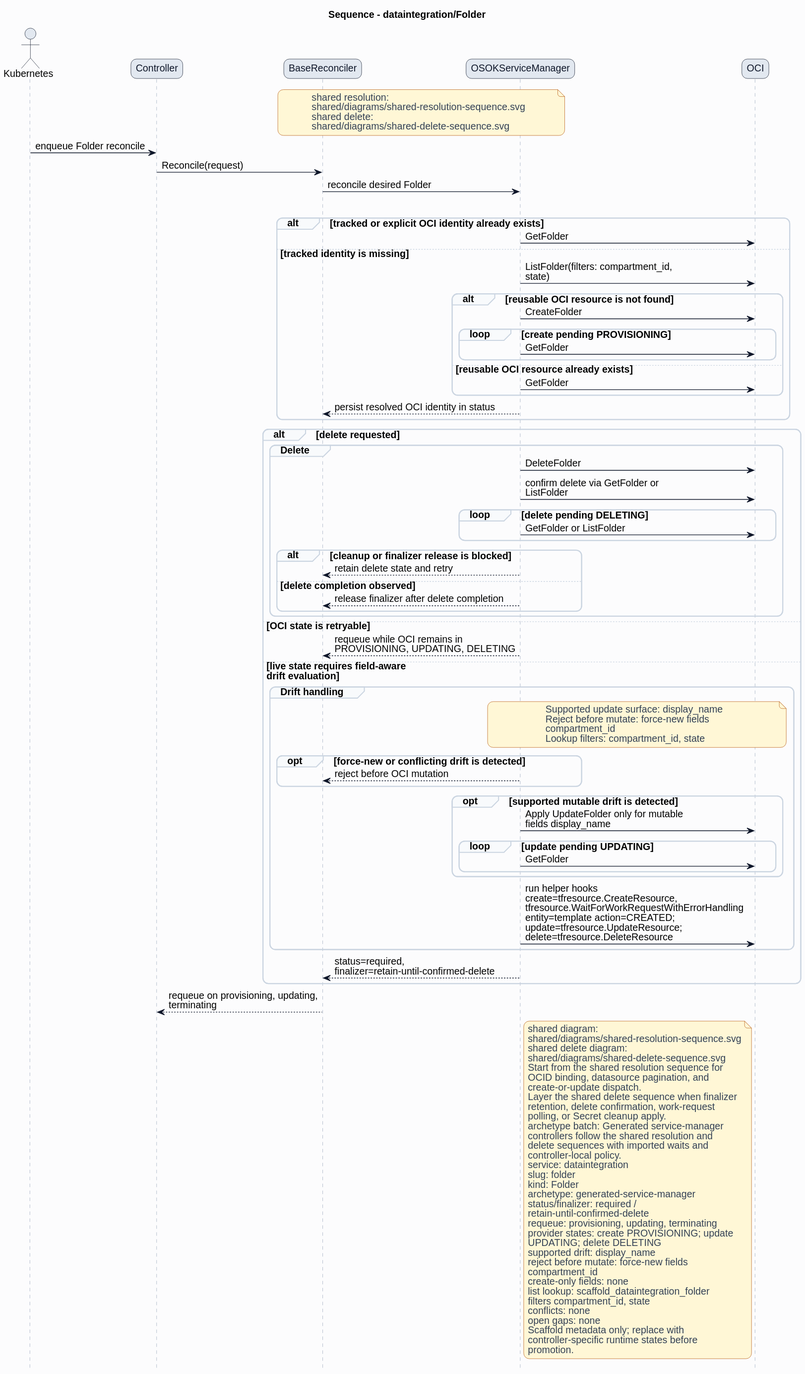
Before: formal/controllers/dataintegration/folder/diagrams/sequence.svg, a diagram exported from PlantUML (HaoyL666/oci-service-operator). The source it was exported from:
```plantuml
@startuml
skinparam shadowing false
skinparam backgroundColor #fcfcfd
skinparam defaultFontName Helvetica
skinparam defaultFontSize 14
skinparam arrowColor #0f172a
skinparam noteBackgroundColor #fff7d6
skinparam noteBorderColor #b45309
skinparam noteFontColor #334155
skinparam roundcorner 16
title Sequence - dataintegration/Folder
hide footbox
skinparam sequence {
  actorBorderColor #0f172a
  actorBackgroundColor #e2e8f0
  participantBorderColor #0f172a
  participantBackgroundColor #e2e8f0
  participantFontColor #0f172a
  lifeLineBorderColor #94a3b8
  groupBorderColor #cbd5e1
  groupBackgroundColor #f8fafc
}
actor Kubernetes
participant Controller
participant BaseReconciler
participant "OSOKServiceManager" as ServiceManager
participant OCI
note over BaseReconciler,ServiceManager
shared resolution:
shared/diagrams/shared-resolution-sequence.svg
shared delete:
shared/diagrams/shared-delete-sequence.svg
end note
Kubernetes -> Controller: enqueue Folder reconcile
Controller -> BaseReconciler: Reconcile(request)
BaseReconciler -> ServiceManager: reconcile desired Folder
group Lookup and bind
alt tracked or explicit OCI identity already exists
ServiceManager -> OCI: GetFolder
else tracked identity is missing
ServiceManager -> OCI: ListFolder(filters: compartment_id,\nstate)
alt reusable OCI resource is not found
ServiceManager -> OCI: CreateFolder
loop create pending PROVISIONING
ServiceManager -> OCI: GetFolder
end
else reusable OCI resource already exists
ServiceManager -> OCI: GetFolder
end
ServiceManager --> BaseReconciler: persist resolved OCI identity in status
end
alt delete requested
group Delete
ServiceManager -> OCI: DeleteFolder
ServiceManager -> OCI: confirm delete via GetFolder or\nListFolder
loop delete pending DELETING
ServiceManager -> OCI: GetFolder or ListFolder
end
alt cleanup or finalizer release is blocked
ServiceManager --> BaseReconciler: retain delete state and retry
else delete completion observed
ServiceManager --> BaseReconciler: release finalizer after delete completion
end
end
else OCI state is retryable
ServiceManager --> BaseReconciler: requeue while OCI remains in\nPROVISIONING, UPDATING, DELETING
else live state requires field-aware\ndrift evaluation
group Drift handling
note over ServiceManager,OCI
Supported update surface: display_name
Reject before mutate: force-new fields
compartment_id
Lookup filters: compartment_id, state
end note
opt force-new or conflicting drift is detected
ServiceManager --> BaseReconciler: reject before OCI mutation
end
opt supported mutable drift is detected
ServiceManager -> OCI: Apply UpdateFolder only for mutable\nfields display_name
loop update pending UPDATING
ServiceManager -> OCI: GetFolder
end
end
ServiceManager -> OCI: run helper hooks\ncreate=tfresource.CreateResource,\ntfresource.WaitForWorkRequestWithErrorHandling\nentity=template action=CREATED;\nupdate=tfresource.UpdateResource;\ndelete=tfresource.DeleteResource
end
ServiceManager --> BaseReconciler: status=required,\nfinalizer=retain-until-confirmed-delete
end
BaseReconciler --> Controller: requeue on provisioning, updating,\nterminating
note right of ServiceManager
shared diagram:
shared/diagrams/shared-resolution-sequence.svg
shared delete diagram:
shared/diagrams/shared-delete-sequence.svg
Start from the shared resolution sequence for
OCID binding, datasource pagination, and
create-or-update dispatch.
Layer the shared delete sequence when finalizer
retention, delete confirmation, work-request
polling, or Secret cleanup apply.
archetype batch: Generated service-manager
controllers follow the shared resolution and
delete sequences with imported waits and
controller-local policy.
service: dataintegration
slug: folder
kind: Folder
archetype: generated-service-manager
status/finalizer: required /
retain-until-confirmed-delete
requeue: provisioning, updating, terminating
provider states: create PROVISIONING; update
UPDATING; delete DELETING
supported drift: display_name
reject before mutate: force-new fields
compartment_id
create-only fields: none
list lookup: scaffold_dataintegration_folder
filters compartment_id, state
conflicts: none
open gaps: none
Scaffold metadata only; replace with
controller-specific runtime states before
promotion.
end note
@enduml
```
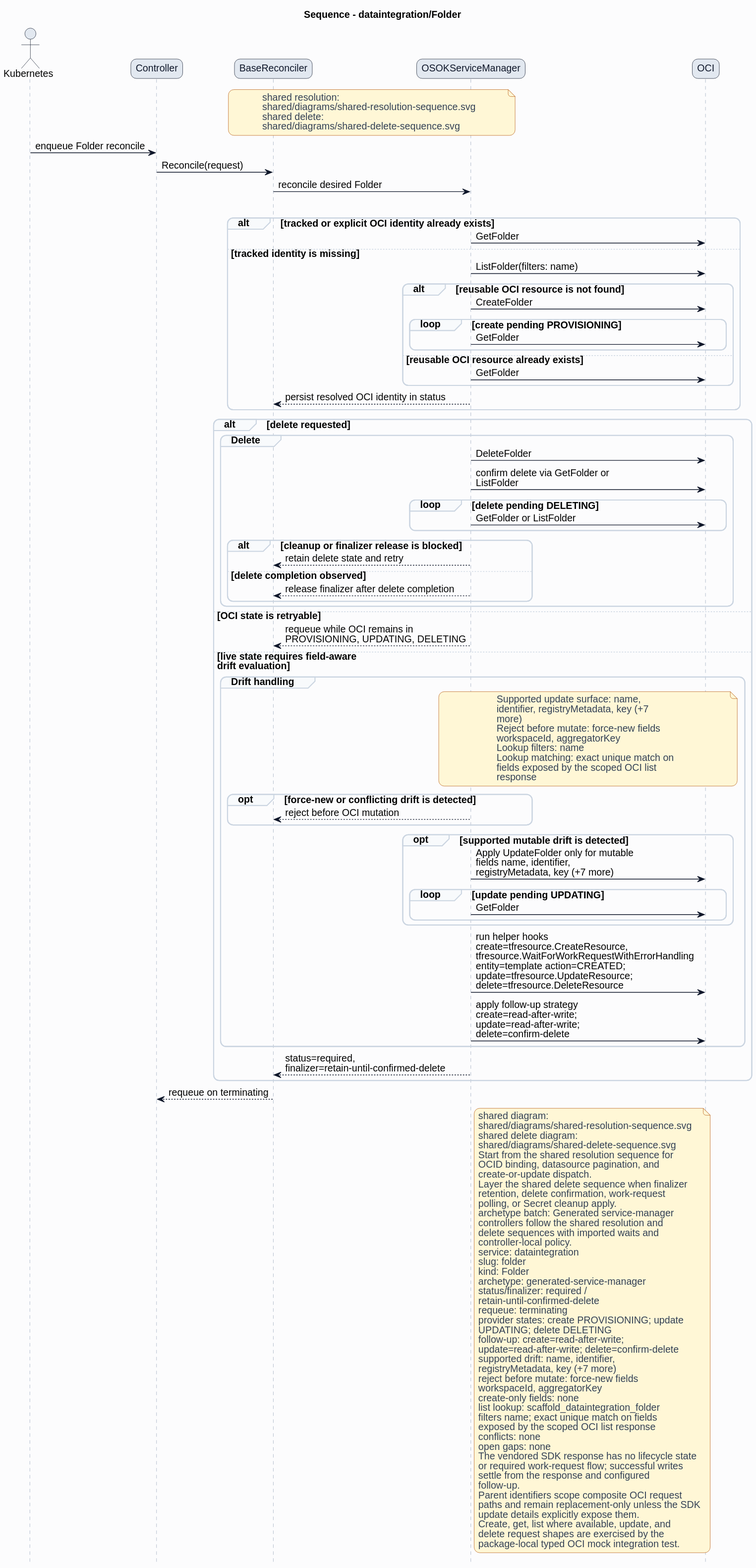
Later version of the same file.

Change to the diagram source:
```diff
@@ -38,7 +38,7 @@
 alt tracked or explicit OCI identity already exists
 ServiceManager -> OCI: GetFolder
 else tracked identity is missing
-ServiceManager -> OCI: ListFolder(filters: compartment_id,\nstate)
+ServiceManager -> OCI: ListFolder(filters: name)
 alt reusable OCI resource is not found
 ServiceManager -> OCI: CreateFolder
 loop create pending PROVISIONING
@@ -67,25 +67,31 @@
 else live state requires field-aware\ndrift evaluation
 group Drift handling
 note over ServiceManager,OCI
-Supported update surface: display_name
+Supported update surface: name,
+identifier, registryMetadata, key (+7
+more)
 Reject before mutate: force-new fields
-compartment_id
-Lookup filters: compartment_id, state
+workspaceId, aggregatorKey
+Lookup filters: name
+Lookup matching: exact unique match on
+fields exposed by the scoped OCI list
+response
 end note
 opt force-new or conflicting drift is detected
 ServiceManager --> BaseReconciler: reject before OCI mutation
 end
 opt supported mutable drift is detected
-ServiceManager -> OCI: Apply UpdateFolder only for mutable\nfields display_name
+ServiceManager -> OCI: Apply UpdateFolder only for mutable\nfields name, identifier,\nregistryMetadata, key (+7 more)
 loop update pending UPDATING
 ServiceManager -> OCI: GetFolder
 end
 end
 ServiceManager -> OCI: run helper hooks\ncreate=tfresource.CreateResource,\ntfresource.WaitForWorkRequestWithErrorHandling\nentity=template action=CREATED;\nupdate=tfresource.UpdateResource;\ndelete=tfresource.DeleteResource
+ServiceManager -> OCI: apply follow-up strategy\ncreate=read-after-write;\nupdate=read-after-write;\ndelete=confirm-delete
 end
 ServiceManager --> BaseReconciler: status=required,\nfinalizer=retain-until-confirmed-delete
 end
-BaseReconciler --> Controller: requeue on provisioning, updating,\nterminating
+BaseReconciler --> Controller: requeue on terminating
 note right of ServiceManager
 shared diagram:
 shared/diagrams/shared-resolution-sequence.svg
@@ -107,19 +113,30 @@
 archetype: generated-service-manager
 status/finalizer: required /
 retain-until-confirmed-delete
-requeue: provisioning, updating, terminating
+requeue: terminating
 provider states: create PROVISIONING; update
 UPDATING; delete DELETING
-supported drift: display_name
+follow-up: create=read-after-write;
+update=read-after-write; delete=confirm-delete
+supported drift: name, identifier,
+registryMetadata, key (+7 more)
 reject before mutate: force-new fields
-compartment_id
+workspaceId, aggregatorKey
 create-only fields: none
 list lookup: scaffold_dataintegration_folder
-filters compartment_id, state
+filters name; exact unique match on fields
+exposed by the scoped OCI list response
 conflicts: none
 open gaps: none
-Scaffold metadata only; replace with
-controller-specific runtime states before
-promotion.
+The vendored SDK response has no lifecycle state
+or required work-request flow; successful writes
+settle from the response and configured
+follow-up.
+Parent identifiers scope composite OCI request
+paths and remain replacement-only unless the SDK
+update details explicitly expose them.
+Create, get, list where available, update, and
+delete request shapes are exercised by the
+package-local typed OCI mock integration test.
 end note
 @enduml
```
